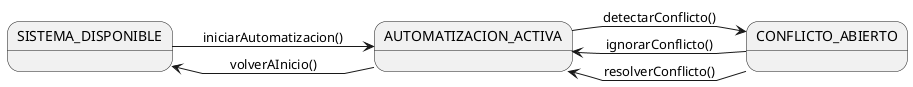
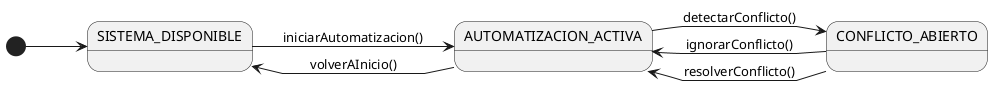
@startuml DiagramaContextoTiempo
left to right direction
skinparam linetype polyline

state "SISTEMA_DISPONIBLE" as Menu

state "AUTOMATIZACION_ACTIVA" as Auto
state "CONFLICTO_ABIERTO" as Conflict
+ 
+ [*] --> Menu

Menu --> Auto: iniciarAutomatizacion()

Auto --> Conflict: detectarConflicto()

Conflict --> Auto: ignorarConflicto()
Conflict --> Auto: resolverConflicto()

Auto --> Menu: volverAInicio()
@enduml